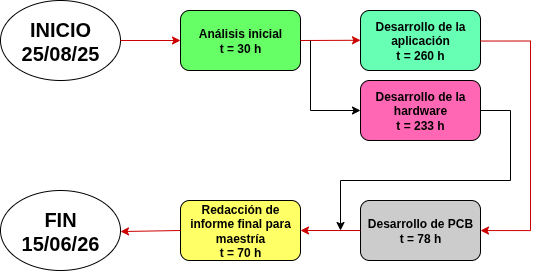
The draw.io diagram Figuras/aon_general.png in MatiasRodriguez12/Plantilla-planificacion-MIoT, before a commit. Source tidied: cells renumbered, new cells last; positions are measured from the earlier drawing's top-left corner, leaving out a move shared by most shapes.
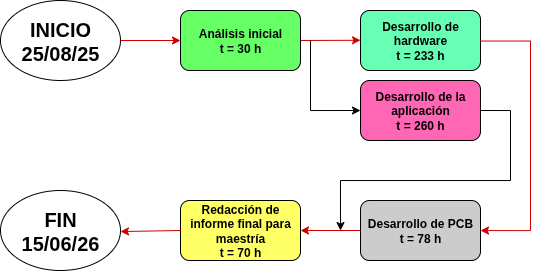
The same diagram one commit later.

Diff of the diagram source:
```diff
@@ -19,10 +19,10 @@
         <mxPoint x="360" y="39.8" as="targetPoint" />
       </mxGeometry>
     </mxCell>
-    <mxCell id="6" value="&lt;div&gt;&lt;font style=&quot;color: light-dark(rgb(0, 0, 0), rgb(0, 0, 0));&quot;&gt;&lt;b&gt;Desarrollo de la aplicación&lt;/b&gt;&lt;/font&gt;&lt;/div&gt;&lt;div&gt;&lt;font style=&quot;color: light-dark(rgb(0, 0, 0), rgb(0, 0, 0));&quot;&gt;&lt;b&gt;t = 260 h&lt;/b&gt;&lt;/font&gt;&lt;/div&gt;" style="rounded=1;whiteSpace=wrap;html=1;fillColor=light-dark(#FFFFFF,#66FFB3);strokeColor=light-dark(#000000,#000000);" parent="1" vertex="1">
+    <mxCell id="6" value="&lt;div&gt;&lt;font style=&quot;color: light-dark(rgb(0, 0, 0), rgb(0, 0, 0));&quot;&gt;&lt;b&gt;Desarrollo de hardware&lt;/b&gt;&lt;/font&gt;&lt;/div&gt;&lt;div&gt;&lt;font style=&quot;color: light-dark(rgb(0, 0, 0), rgb(0, 0, 0));&quot;&gt;&lt;b&gt;t = 233 h&lt;/b&gt;&lt;/font&gt;&lt;/div&gt;" style="rounded=1;whiteSpace=wrap;html=1;fillColor=light-dark(#FFFFFF,#66FFB3);strokeColor=light-dark(#000000,#000000);" parent="1" vertex="1">
       <mxGeometry x="360" y="10" width="120" height="60" as="geometry" />
     </mxCell>
-    <mxCell id="7" value="&lt;div&gt;&lt;font style=&quot;color: light-dark(rgb(0, 0, 0), rgb(0, 0, 0));&quot;&gt;&lt;b&gt;Desarrollo de la hardware&lt;/b&gt;&lt;/font&gt;&lt;/div&gt;&lt;div&gt;&lt;font style=&quot;color: light-dark(rgb(0, 0, 0), rgb(0, 0, 0));&quot;&gt;&lt;b&gt;t = 233 h&lt;/b&gt;&lt;/font&gt;&lt;/div&gt;" style="rounded=1;whiteSpace=wrap;html=1;fillColor=light-dark(#FFFFFF,#FF66B3);strokeColor=light-dark(#000000,#000000);" parent="1" vertex="1">
+    <mxCell id="7" value="&lt;div&gt;&lt;font style=&quot;color: light-dark(rgb(0, 0, 0), rgb(0, 0, 0));&quot;&gt;&lt;b&gt;Desarrollo de la aplicación&lt;/b&gt;&lt;/font&gt;&lt;/div&gt;&lt;div&gt;&lt;font style=&quot;color: light-dark(rgb(0, 0, 0), rgb(0, 0, 0));&quot;&gt;&lt;b&gt;t = 260 h&lt;/b&gt;&lt;/font&gt;&lt;/div&gt;" style="rounded=1;whiteSpace=wrap;html=1;fillColor=light-dark(#FFFFFF,#FF66B3);strokeColor=light-dark(#000000,#000000);" parent="1" vertex="1">
       <mxGeometry x="360" y="80" width="120" height="60" as="geometry" />
     </mxCell>
     <mxCell id="8" style="endArrow=classic;html=1;rounded=0;edgeStyle=orthogonalEdgeStyle;entryX=0;entryY=0.5;entryDx=0;entryDy=0;strokeColor=light-dark(#000000,#000000);" parent="1" edge="1" target="7">
```
